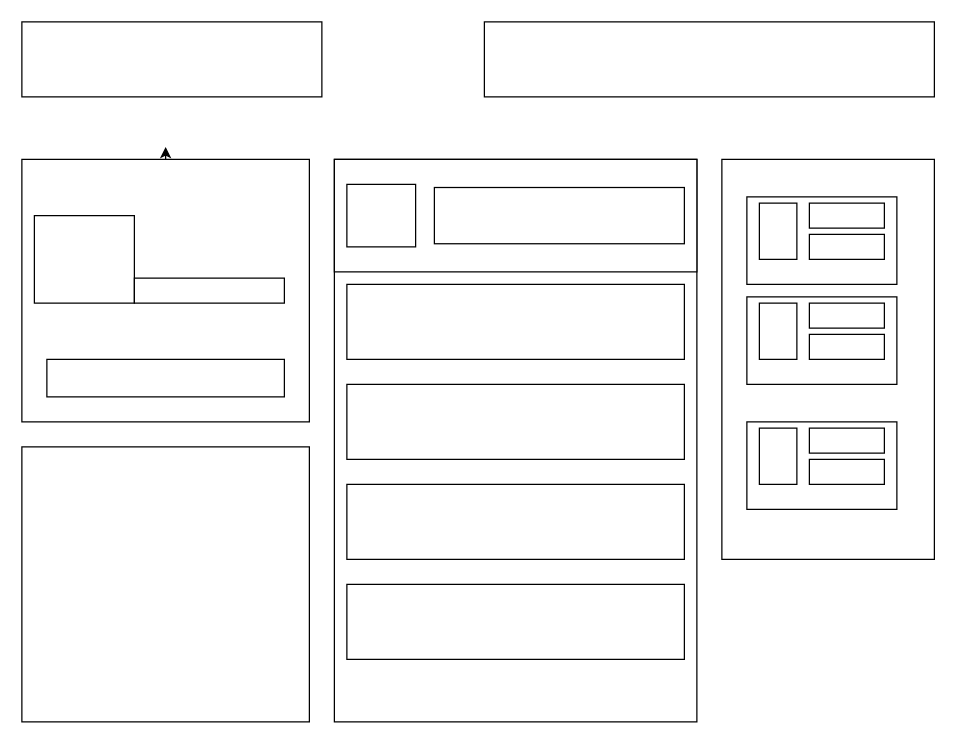
Before: twitter-clone.drawio in OkilyDokily/twitter-clone, a draw.io diagram. Source tidied: cells renumbered, new cells numbered last; positions are measured from the earlier drawing's top-left corner, leaving out a move shared by most shapes. Both pictures are drawn from the tidied source at 125%, with x=0, y=0 at pixel (21, 21).
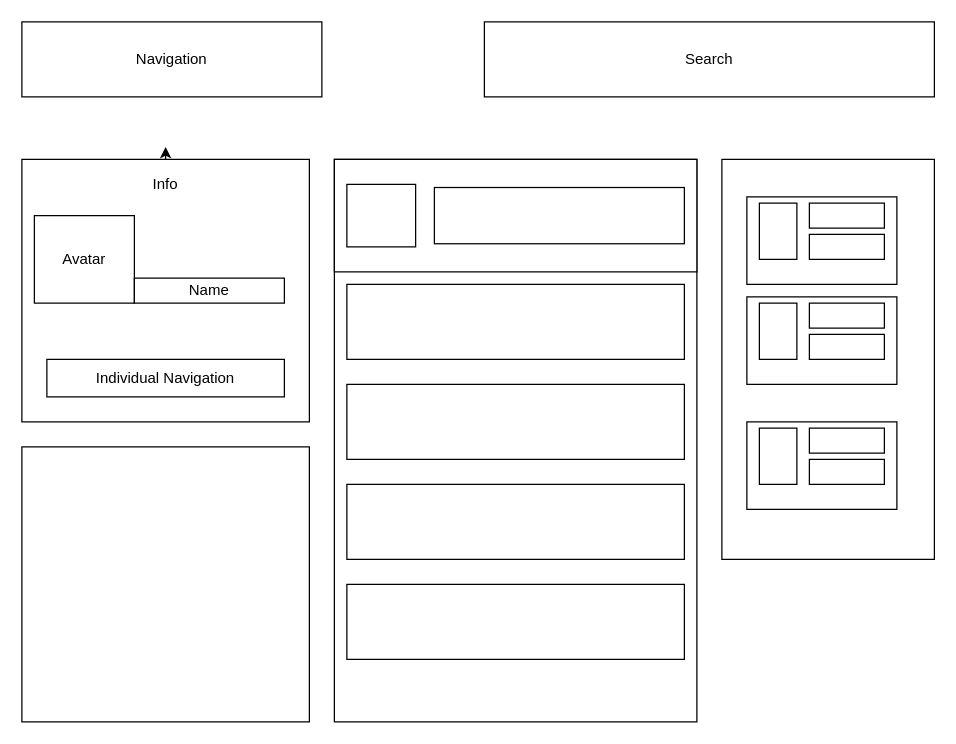
Above is the later version.

Commit message:
Update start to add labels twitter-clone.drawio

Diff of the diagram source:
```diff
@@
-    <mxCell id="4" style="rounded=0;whiteSpace=wrap;html=1;" parent="1" vertex="1">
+    <mxCell id="4" value="Avatar" style="rounded=0;whiteSpace=wrap;html=1;" parent="1" vertex="1">
       <mxGeometry x="10" y="155" width="80" height="70" as="geometry" />
     </mxCell>
-    <mxCell id="5" style="rounded=0;whiteSpace=wrap;html=1;" parent="1" vertex="1">
+    <mxCell id="5" value="Name" style="rounded=0;whiteSpace=wrap;html=1;" parent="1" vertex="1">
       <mxGeometry x="90" y="205" width="120" height="20" as="geometry" />
     </mxCell>
-    <mxCell id="6" style="rounded=0;whiteSpace=wrap;html=1;" parent="1" vertex="1">
+    <mxCell id="6" value="Individual Navigation" style="rounded=0;whiteSpace=wrap;html=1;" parent="1" vertex="1">
       <mxGeometry x="20" y="270" width="190" height="30" as="geometry" />
     </mxCell>
@@
-    <mxCell id="33" style="rounded=0;whiteSpace=wrap;html=1;" parent="1" vertex="1">
+    <mxCell id="33" value="Navigation" style="rounded=0;whiteSpace=wrap;html=1;" parent="1" vertex="1">
       <mxGeometry width="240" height="60" as="geometry" />
     </mxCell>
-    <mxCell id="34" style="rounded=0;whiteSpace=wrap;html=1;" parent="1" vertex="1">
+    <mxCell id="34" value="Search" style="rounded=0;whiteSpace=wrap;html=1;" parent="1" vertex="1">
       <mxGeometry x="370" width="360" height="60" as="geometry" />
     </mxCell>
+    <mxCell id="35" value="Info" style="text;html=1;strokeColor=none;fillColor=none;align=center;verticalAlign=middle;whiteSpace=wrap;rounded=0;" parent="1" vertex="1">
+      <mxGeometry x="50" y="120" width="130" height="20" as="geometry" />
+    </mxCell>
```
